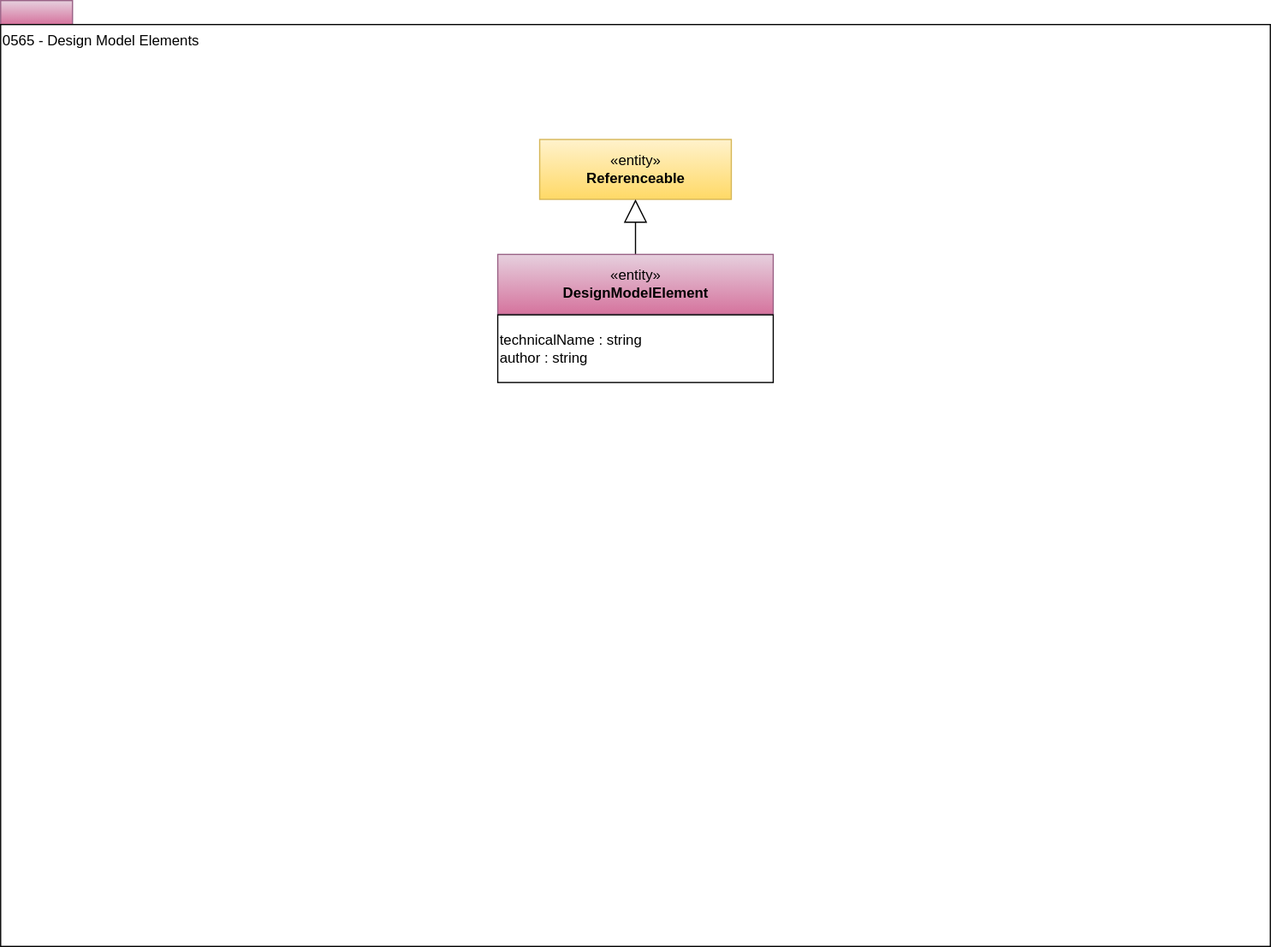
Before: site/docs/types/5/0565-Design-Model-Elements.svg, a diagram exported from draw.io (odpi/egeria-docs). Source tidied: cells renumbered, new cells last; positions are measured from the earlier drawing's top-left corner, leaving out a move shared by most shapes.
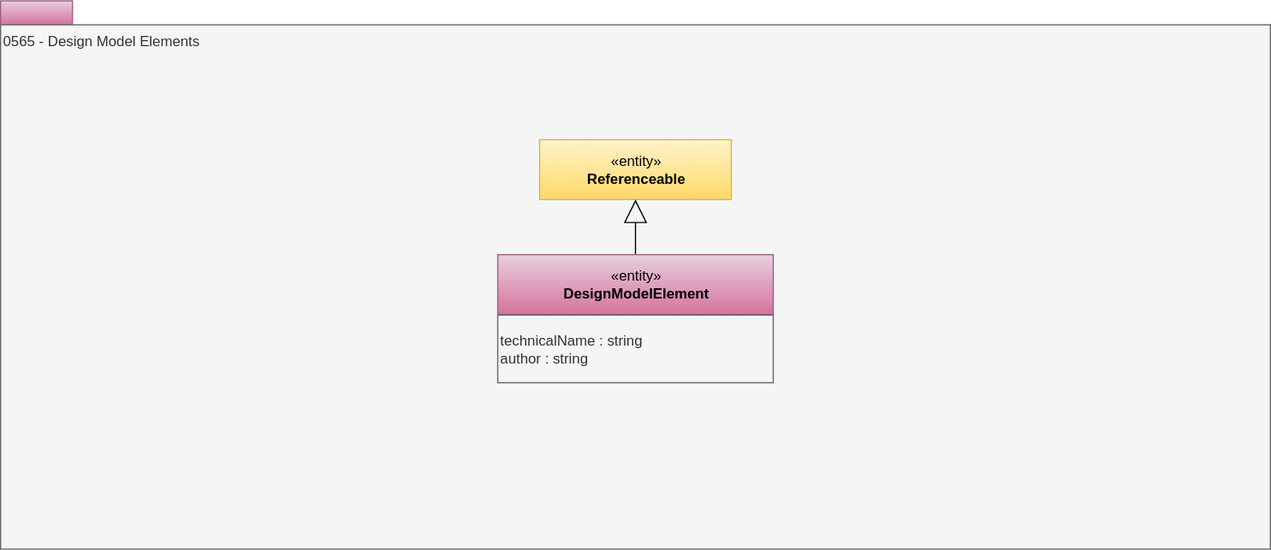
The same diagram one commit later.

Change to the diagram source:
```diff
@@ -5,8 +5,8 @@
     <mxCell id="2" style="rounded=0;whiteSpace=wrap;html=1;align=left;fillColor=#e6d0de;strokeColor=#996185;gradientColor=#d5739d;" parent="1" vertex="1">
       <mxGeometry width="60" height="20" as="geometry" />
     </mxCell>
-    <mxCell id="3" value="0565 - Design Model Elements" style="rounded=0;whiteSpace=wrap;html=1;align=left;verticalAlign=top;" parent="1" vertex="1">
-      <mxGeometry y="20" width="1060" height="770" as="geometry" />
+    <mxCell id="3" value="0565 - Design Model Elements" style="rounded=0;whiteSpace=wrap;html=1;align=left;verticalAlign=top;fillColor=#f5f5f5;fontColor=#333333;strokeColor=#666666;" parent="1" vertex="1">
+      <mxGeometry y="20" width="1060" height="438" as="geometry" />
     </mxCell>
     <mxCell id="4" value="«entity»&lt;br&gt;&lt;b&gt;Referenceable&lt;/b&gt;" style="html=1;strokeColor=#d6b656;align=center;fillColor=#fff2cc;gradientColor=#ffd966;" parent="1" vertex="1">
       <mxGeometry x="450" y="116" width="160" height="50" as="geometry" />
@@ -17,7 +17,7 @@
     <mxCell id="6" value="«entity»&lt;br&gt;&lt;b&gt;DesignModelElement&lt;/b&gt;" style="html=1;strokeColor=#996185;align=center;fillColor=#e6d0de;gradientColor=#d5739d;" parent="1" vertex="1">
       <mxGeometry x="415" y="212" width="230" height="50" as="geometry" />
     </mxCell>
-    <mxCell id="7" value="&lt;span&gt;technicalName : string&lt;br&gt;&lt;/span&gt;&lt;span&gt;author : string&lt;/span&gt;&lt;span&gt;&lt;br&gt;&lt;/span&gt;" style="rounded=0;whiteSpace=wrap;html=1;strokeColor=#000000;gradientColor=#ffffff;align=left;" parent="1" vertex="1">
+    <mxCell id="7" value="&lt;span&gt;technicalName : string&lt;br&gt;&lt;/span&gt;&lt;span&gt;author : string&lt;/span&gt;&lt;span&gt;&lt;br&gt;&lt;/span&gt;" style="rounded=0;whiteSpace=wrap;html=1;strokeColor=#666666;align=left;fillColor=#f5f5f5;fontColor=#333333;" parent="1" vertex="1">
       <mxGeometry x="415" y="262.5" width="230" height="56.5" as="geometry" />
     </mxCell>
   </root>
```
